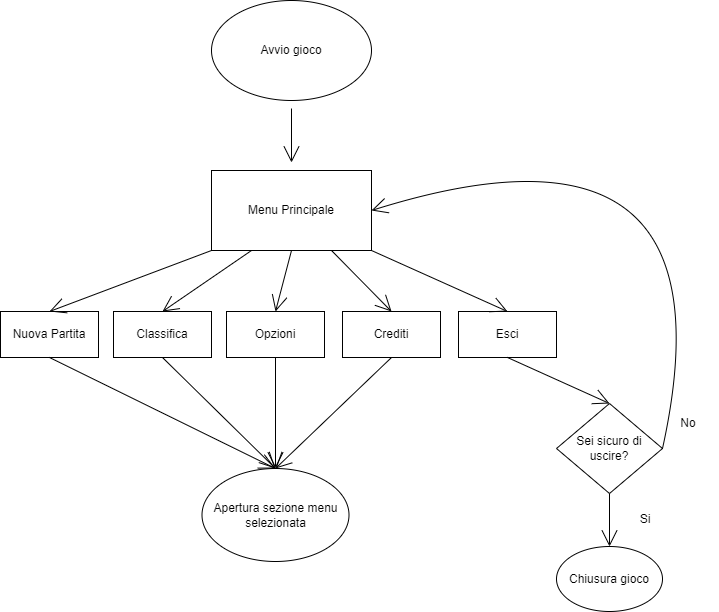
Before: doc/img/MenuPrincipaleFlowChart.png, a diagram exported from draw.io (zSavT/Healthy-Catering). Source tidied: cells renumbered, new cells last; positions are measured from the earlier drawing's top-left corner, leaving out a move shared by most shapes.
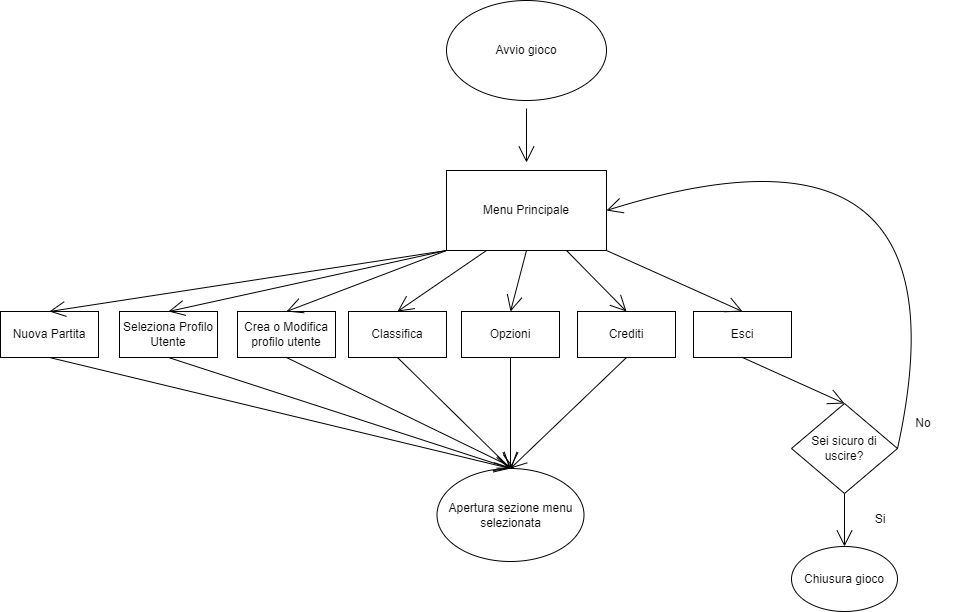
The same diagram one commit later.

Change to the diagram source:
```diff
@@ -42,7 +42,7 @@
       <mxGeometry x="113" y="311" width="98" height="46" as="geometry" />
     </mxCell>
     <mxCell id="15" value="Nuova Partita" style="rounded=0;whiteSpace=wrap;html=1;hachureGap=4;" parent="1" vertex="1">
-      <mxGeometry y="311" width="98" height="46" as="geometry" />
+      <mxGeometry x="-235" y="311" width="98" height="46" as="geometry" />
     </mxCell>
     <mxCell id="16" value="Opzioni" style="rounded=0;whiteSpace=wrap;html=1;hachureGap=4;" parent="1" vertex="1">
       <mxGeometry x="226" y="311" width="98" height="46" as="geometry" />
@@ -81,5 +81,25 @@
         </Array>
       </mxGeometry>
     </mxCell>
+    <mxCell id="27" value="Seleziona Profilo Utente" style="rounded=0;whiteSpace=wrap;html=1;hachureGap=4;" parent="1" vertex="1">
+      <mxGeometry x="-116" y="311" width="98" height="46" as="geometry" />
+    </mxCell>
+    <mxCell id="28" value="Crea o Modifica profilo utente" style="rounded=0;whiteSpace=wrap;html=1;hachureGap=4;" parent="1" vertex="1">
+      <mxGeometry x="2" y="311" width="98" height="46" as="geometry" />
+    </mxCell>
+    <mxCell id="29" style="edgeStyle=none;jettySize=auto;html=1;rounded=0;endArrow=open;startSize=14;endSize=14;sourcePerimeterSpacing=8;targetPerimeterSpacing=8;curved=1;exitX=0;exitY=1;exitDx=0;exitDy=0;entryX=0.5;entryY=0;entryDx=0;entryDy=0;" parent="1" edge="1" source="2" target="27">
+      <mxGeometry relative="1" as="geometry" />
+    </mxCell>
+    <mxCell id="30" style="edgeStyle=none;jettySize=auto;html=1;rounded=0;endArrow=open;startSize=14;endSize=14;sourcePerimeterSpacing=8;targetPerimeterSpacing=8;curved=1;exitX=0;exitY=1;exitDx=0;exitDy=0;entryX=0.5;entryY=0;entryDx=0;entryDy=0;" parent="1" edge="1" source="2" target="28">
+      <mxGeometry relative="1" as="geometry" />
+    </mxCell>
+    <mxCell id="31" style="edgeStyle=none;jettySize=auto;html=1;rounded=0;endArrow=open;startSize=14;endSize=14;sourcePerimeterSpacing=8;targetPerimeterSpacing=8;curved=1;exitX=0.5;exitY=1;exitDx=0;exitDy=0;entryX=0.5;entryY=0;entryDx=0;entryDy=0;" parent="1" edge="1" source="27" target="21">
+      <mxGeometry relative="1" as="geometry" />
+    </mxCell>
+    <mxCell id="32" style="edgeStyle=none;jettySize=auto;html=1;rounded=0;endArrow=open;startSize=14;endSize=14;sourcePerimeterSpacing=8;targetPerimeterSpacing=8;curved=1;exitX=0.5;exitY=1;exitDx=0;exitDy=0;" parent="1" edge="1" source="28">
+      <mxGeometry relative="1" as="geometry">
+        <mxPoint x="279" y="468" as="targetPoint" />
+      </mxGeometry>
+    </mxCell>
   </root>
 </mxGraphModel>
```
